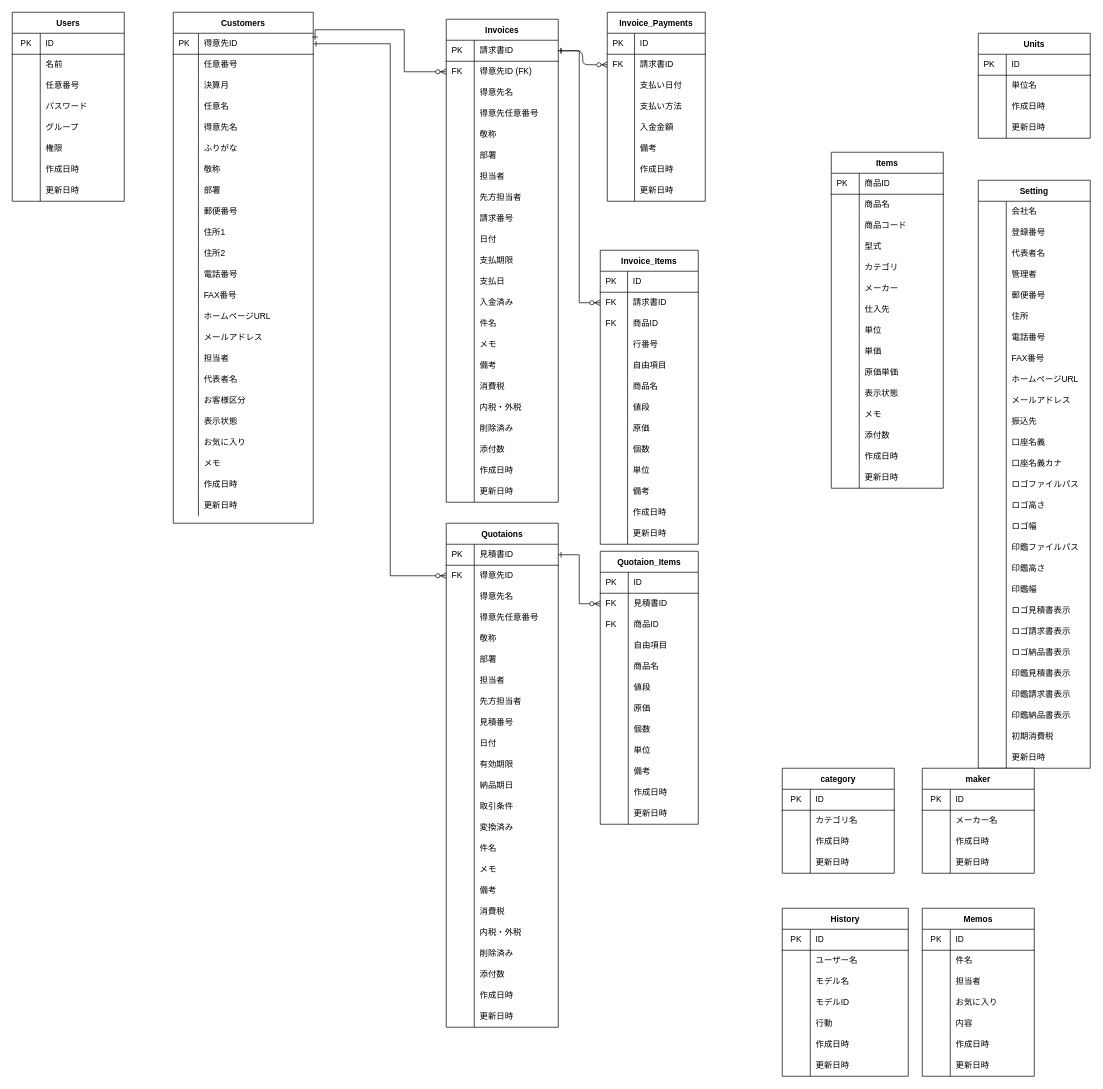
Above: soho_er.dio in gamasenninn/caddie-clone (draw.io), before the change. Source tidied: cells renumbered, new cells numbered last; positions are measured from the earlier drawing's top-left corner, leaving out a move shared by most shapes. Both pictures are drawn from the tidied source at 70%, with x=0, y=0 at pixel (12, 12).
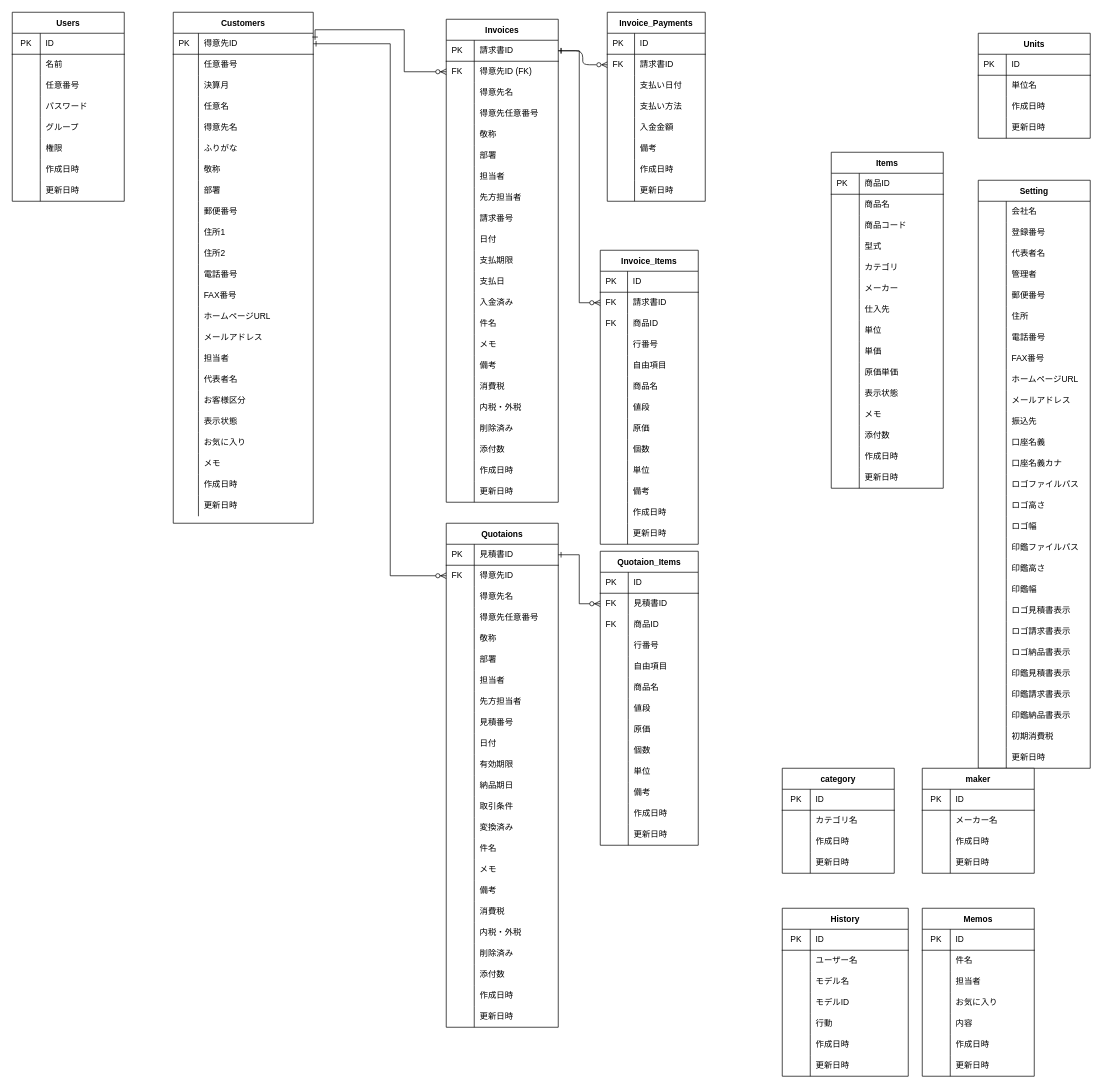
The same diagram, later.

The edit, as a diff of the source:
```diff
@@
     <mxCell id="295" value="Quotaion_Items" style="shape=table;startSize=30;childLayout=tableLayout;rowLines=0;fontStyle=1;align=center;" parent="1" vertex="1">
-      <mxGeometry x="840" y="770" width="140" height="390" as="geometry" />
+      <mxGeometry x="840" y="770" width="140" height="420" as="geometry" />
     </mxCell>
@@
+    <mxCell id="552" style="shape=partialRectangle;html=1;whiteSpace=wrap;fillColor=none;top=0;left=0;bottom=0;right=0;" parent="295" vertex="1">
+      <mxGeometry y="120" width="140" height="30" as="geometry" />
+    </mxCell>
+    <mxCell id="553" style="shape=partialRectangle;html=1;whiteSpace=wrap;fillColor=none;top=0;left=0;bottom=0;right=0;align=left;spacingLeft=6;overflow=hidden;" parent="552" vertex="1">
+      <mxGeometry width="40" height="30" as="geometry" />
+    </mxCell>
+    <mxCell id="554" value="行番号" style="shape=partialRectangle;html=1;whiteSpace=wrap;fillColor=none;top=0;left=0;bottom=0;right=0;align=left;spacingLeft=6;overflow=hidden;" parent="552" vertex="1">
+      <mxGeometry x="40" width="100" height="30" as="geometry" />
+    </mxCell>
     <mxCell id="305" style="shape=partialRectangle;html=1;whiteSpace=wrap;fillColor=none;top=0;left=0;bottom=0;right=0;" parent="295" vertex="1">
-      <mxGeometry y="120" width="140" height="30" as="geometry" />
+      <mxGeometry y="150" width="140" height="30" as="geometry" />
     </mxCell>
@@
     <mxCell id="308" style="shape=partialRectangle;html=1;whiteSpace=wrap;fillColor=none;top=0;left=0;bottom=0;right=0;" parent="295" vertex="1">
-      <mxGeometry y="150" width="140" height="30" as="geometry" />
+      <mxGeometry y="180" width="140" height="30" as="geometry" />
     </mxCell>
@@
     <mxCell id="311" style="shape=partialRectangle;html=1;whiteSpace=wrap;fillColor=none;top=0;left=0;bottom=0;right=0;" parent="295" vertex="1">
-      <mxGeometry y="180" width="140" height="30" as="geometry" />
+      <mxGeometry y="210" width="140" height="30" as="geometry" />
     </mxCell>
@@
     <mxCell id="314" style="shape=partialRectangle;html=1;whiteSpace=wrap;fillColor=none;top=0;left=0;bottom=0;right=0;" parent="295" vertex="1">
-      <mxGeometry y="210" width="140" height="30" as="geometry" />
+      <mxGeometry y="240" width="140" height="30" as="geometry" />
     </mxCell>
@@
     <mxCell id="317" style="shape=partialRectangle;html=1;whiteSpace=wrap;fillColor=none;top=0;left=0;bottom=0;right=0;" parent="295" vertex="1">
-      <mxGeometry y="240" width="140" height="30" as="geometry" />
+      <mxGeometry y="270" width="140" height="30" as="geometry" />
     </mxCell>
@@
     <mxCell id="320" style="shape=partialRectangle;html=1;whiteSpace=wrap;fillColor=none;top=0;left=0;bottom=0;right=0;" parent="295" vertex="1">
-      <mxGeometry y="270" width="140" height="30" as="geometry" />
+      <mxGeometry y="300" width="140" height="30" as="geometry" />
     </mxCell>
@@
     <mxCell id="323" style="shape=partialRectangle;html=1;whiteSpace=wrap;fillColor=none;top=0;left=0;bottom=0;right=0;" parent="295" vertex="1">
-      <mxGeometry y="300" width="140" height="30" as="geometry" />
+      <mxGeometry y="330" width="140" height="30" as="geometry" />
     </mxCell>
@@
     <mxCell id="326" style="shape=partialRectangle;html=1;whiteSpace=wrap;fillColor=none;top=0;left=0;bottom=0;right=0;" parent="295" vertex="1">
-      <mxGeometry y="330" width="140" height="30" as="geometry" />
+      <mxGeometry y="360" width="140" height="30" as="geometry" />
     </mxCell>
@@
     <mxCell id="329" style="shape=partialRectangle;html=1;whiteSpace=wrap;fillColor=none;top=0;left=0;bottom=0;right=0;" parent="295" vertex="1">
-      <mxGeometry y="360" width="140" height="30" as="geometry" />
+      <mxGeometry y="390" width="140" height="30" as="geometry" />
     </mxCell>
```
